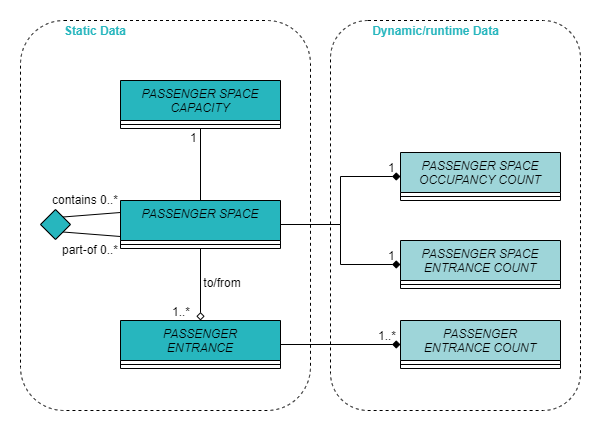
This is apc/apc-conceptual-data-model.drawio.png from A-Fromell-ITxPT/SpecTest, a draw.io export, as it was before one commit. Source tidied: cells renumbered, new cells last; positions are measured from the earlier drawing's top-left corner, leaving out a move shared by most shapes.
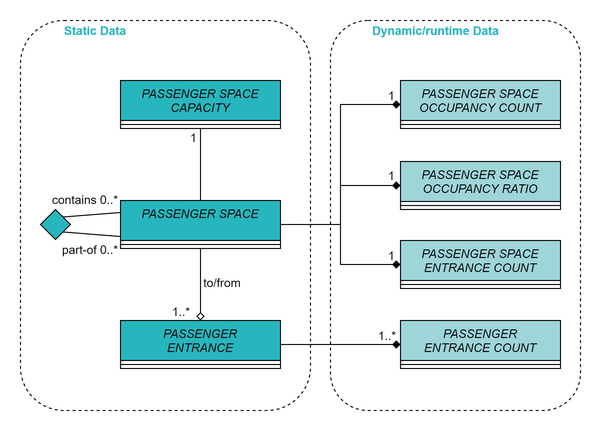
The same file after the commit.

The edit, as a diff of the source:
```diff
@@ -26,6 +26,9 @@
     <mxCell id="9" style="edgeStyle=orthogonalEdgeStyle;rounded=0;jettySize=auto;html=1;entryX=0;entryY=0.5;entryDx=0;entryDy=0;endArrow=diamond;endFill=1;" parent="1" edge="1" source="10" target="21">
       <mxGeometry relative="1" as="geometry" />
     </mxCell>
+    <mxCell id="34" style="edgeStyle=orthogonalEdgeStyle;rounded=0;jettySize=auto;html=1;entryX=0;entryY=0.5;entryDx=0;entryDy=0;endArrow=diamond;endFill=1;" parent="1" edge="1" source="10" target="35">
+      <mxGeometry relative="1" as="geometry" />
+    </mxCell>
     <mxCell id="10" value="PASSENGER SPACE &#10;" style="swimlane;fontStyle=2;align=center;verticalAlign=top;horizontal=1;startSize=40;rounded=0;shadow=0;strokeWidth=1;fillColor=#27B6BE;" parent="1" vertex="1">
       <mxGeometry x="100" y="180" width="160" height="48" as="geometry" />
     </mxCell>
@@ -54,7 +57,7 @@
       <mxGeometry x="356" y="324" as="geometry" />
     </mxCell>
     <mxCell id="19" value="PASSENGER SPACE&#10;OCCUPANCY COUNT" style="swimlane;fontStyle=2;align=center;verticalAlign=top;horizontal=1;startSize=40;rounded=0;shadow=0;strokeWidth=1;fillColor=#9ED5D9;" parent="1" vertex="1">
-      <mxGeometry x="380" y="132" width="160" height="48" as="geometry" />
+      <mxGeometry x="380" y="60" width="160" height="48" as="geometry" />
     </mxCell>
     <mxCell id="20" style="line;html=1;strokeWidth=1;align=left;verticalAlign=middle;spacingTop=-1;spacingLeft=3;spacingRight=3;labelPosition=right;" parent="19" vertex="1">
       <mxGeometry y="40" width="160" height="8" as="geometry" />
@@ -69,7 +72,7 @@
       <mxGeometry x="366" y="244" as="geometry" />
     </mxCell>
     <mxCell id="24" value="1" style="align=left;verticalAlign=bottom;labelBackgroundColor=none;fontSize=12;" parent="1" vertex="1">
-      <mxGeometry x="366" y="156" as="geometry" />
+      <mxGeometry x="366" y="84" as="geometry" />
     </mxCell>
     <mxCell id="25" value="to/from" style="text;html=1;strokeColor=none;fillColor=none;align=center;verticalAlign=middle;whiteSpace=wrap;rounded=0;" parent="1" vertex="1">
       <mxGeometry x="182" y="252" width="40" height="20" as="geometry" />
@@ -98,5 +101,14 @@
     <mxCell id="33" value="part-of 0..*" style="text;html=1;strokeColor=none;fillColor=none;align=center;verticalAlign=middle;whiteSpace=wrap;rounded=0;" parent="1" vertex="1">
       <mxGeometry x="40" y="219" width="60" height="20" as="geometry" />
     </mxCell>
+    <mxCell id="35" value="PASSENGER SPACE&#10;OCCUPANCY RATIO" style="swimlane;fontStyle=2;align=center;verticalAlign=top;horizontal=1;startSize=40;rounded=0;shadow=0;strokeWidth=1;fillColor=#9ED5D9;" parent="1" vertex="1">
+      <mxGeometry x="380" y="141" width="160" height="48" as="geometry" />
+    </mxCell>
+    <mxCell id="36" style="line;html=1;strokeWidth=1;align=left;verticalAlign=middle;spacingTop=-1;spacingLeft=3;spacingRight=3;labelPosition=right;" parent="35" vertex="1">
+      <mxGeometry y="40" width="160" height="8" as="geometry" />
+    </mxCell>
+    <mxCell id="37" value="1" style="align=left;verticalAlign=bottom;labelBackgroundColor=none;fontSize=12;" parent="1" vertex="1">
+      <mxGeometry x="366" y="164" as="geometry" />
+    </mxCell>
   </root>
 </mxGraphModel>
```
